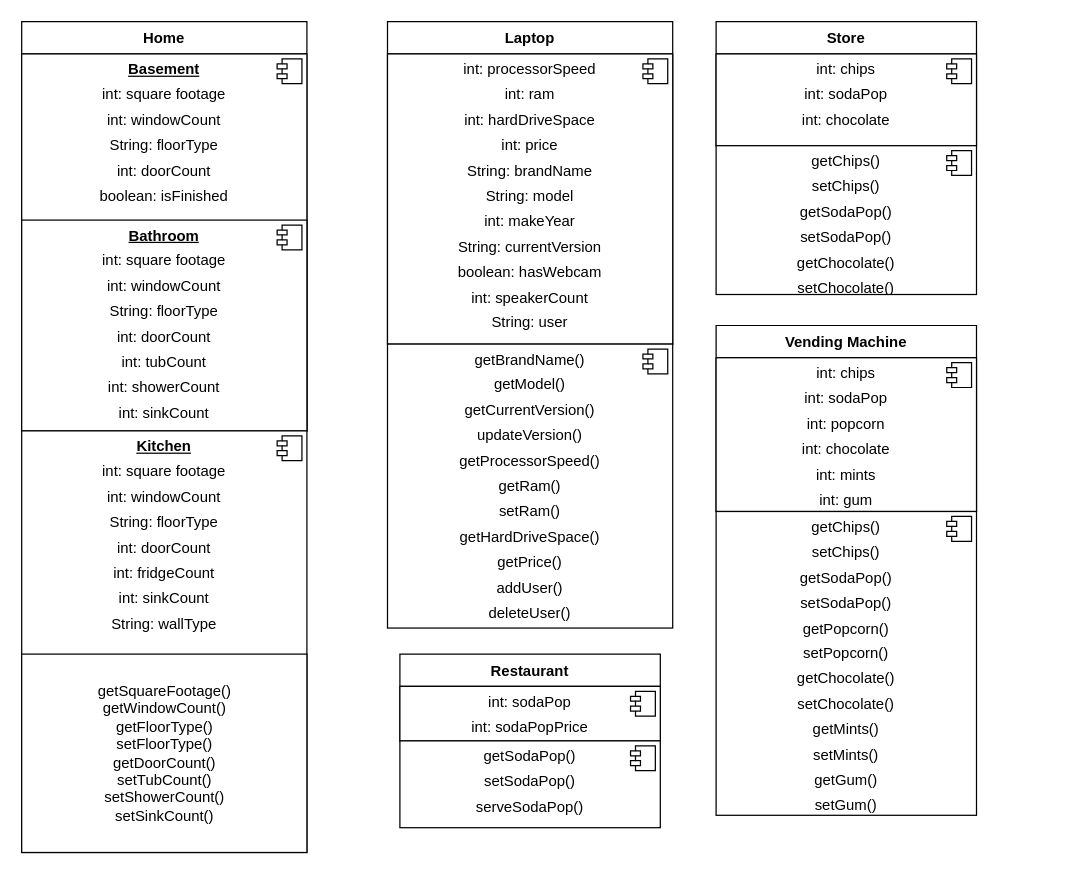
The draw.io diagram page "Page-1" (1 of 2) of 20190802/06-lesson-composition/activities/katas/U1M2L6Katas/U1M2L6Katas.drawio in Sandynism/Sandy_Yeung_JavaS1, before the edit. Source tidied: cells renumbered, new cells numbered last; positions are measured from the earlier drawing's top-left corner, leaving out a move shared by most shapes. Both pictures are drawn from the tidied source at 124%, with x=0, y=0 at pixel (21, 21).
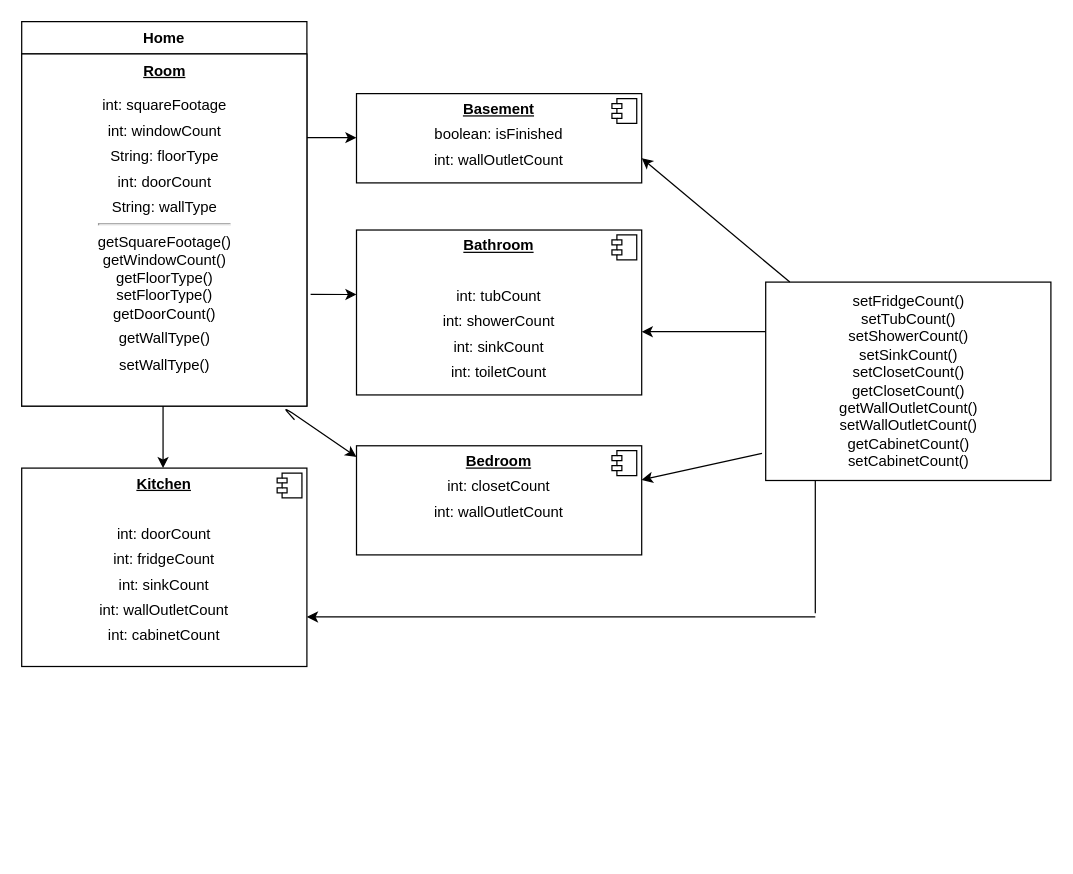
The same page after the edit.

Diff of the diagram source:
```diff
@@
     <mxCell id="2" value="Home" style="swimlane;fontStyle=1;align=center;verticalAlign=top;horizontal=1;startSize=26;" parent="1" vertex="1">
-      <mxGeometry width="230" height="330" as="geometry" />
+      <mxGeometry width="230" height="310" as="geometry" />
     </mxCell>
+    <mxCell id="30" style="endArrow=classic;html=1;" parent="2" edge="1">
+      <mxGeometry relative="1" as="geometry">
+        <mxPoint x="220" y="93.5" as="sourcePoint" />
+        <mxPoint x="270" y="93.5" as="targetPoint" />
+      </mxGeometry>
+    </mxCell>
+    <mxCell id="31" value="&lt;b&gt;&lt;u&gt;Room&lt;br&gt;&lt;/u&gt;&lt;/b&gt;&lt;br&gt;int: squareFootage&lt;br&gt;&lt;p style=&quot;margin: 6px 0px 0px&quot;&gt;int: windowCount&lt;/p&gt;&lt;p style=&quot;margin: 6px 0px 0px&quot;&gt;String: floorType&lt;/p&gt;&lt;p style=&quot;margin: 6px 0px 0px&quot;&gt;int: doorCount&lt;/p&gt;&lt;p style=&quot;margin: 6px 0px 0px&quot;&gt;String: wallType&lt;/p&gt;&lt;hr&gt;getSquareFootage()&lt;br&gt;getWindowCount()&lt;br&gt;getFloorType()&lt;br&gt;setFloorType()&lt;br&gt;getDoorCount()&lt;br&gt;&lt;p style=&quot;margin: 6px 0px 0px&quot;&gt;getWallType()&lt;/p&gt;&lt;p style=&quot;margin: 6px 0px 0px&quot;&gt;setWallType()&lt;/p&gt;&lt;p style=&quot;margin: 6px 0px 0px&quot;&gt;&lt;br&gt;&lt;/p&gt;" style="html=1;align=center;" parent="2" vertex="1">
+      <mxGeometry y="26" width="230" height="284" as="geometry" />
+    </mxCell>
+    <mxCell id="32" style="endArrow=classic;html=1;exitX=1.013;exitY=0.683;exitDx=0;exitDy=0;exitPerimeter=0;" parent="2" edge="1" source="31">
+      <mxGeometry relative="1" as="geometry">
+        <mxPoint x="270" y="220" as="targetPoint" />
+      </mxGeometry>
+    </mxCell>
+    <mxCell id="7" value="&lt;p style=&quot;margin: 0px ; margin-top: 6px ; text-align: center&quot;&gt;&lt;b&gt;&lt;u&gt;Kitchen&lt;/u&gt;&lt;/b&gt;&lt;/p&gt;&lt;p style=&quot;margin: 0px ; margin-top: 6px ; text-align: center&quot;&gt;&lt;br&gt;&lt;/p&gt;&lt;p style=&quot;margin: 0px ; margin-top: 6px ; text-align: center&quot;&gt;int: doorCount&lt;/p&gt;&lt;p style=&quot;margin: 0px ; margin-top: 6px ; text-align: center&quot;&gt;int: fridgeCount&lt;/p&gt;&lt;p style=&quot;margin: 0px ; margin-top: 6px ; text-align: center&quot;&gt;int: sinkCount&lt;/p&gt;&lt;p style=&quot;margin: 0px ; margin-top: 6px ; text-align: center&quot;&gt;int: wallOutletCount&lt;br&gt;&lt;/p&gt;&lt;p style=&quot;margin: 0px ; margin-top: 6px ; text-align: center&quot;&gt;int: cabinetCount&lt;/p&gt;&lt;p style=&quot;margin: 0px ; margin-top: 6px ; text-align: center&quot;&gt;&lt;br&gt;&lt;/p&gt;" style="align=left;overflow=fill;html=1;" parent="1" vertex="1">
+      <mxGeometry y="360" width="230" height="160" as="geometry" />
+    </mxCell>
+    <mxCell id="8" style="shape=component;jettyWidth=8;jettyHeight=4;" parent="7" vertex="1">
+      <mxGeometry x="1" width="20" height="20" relative="1" as="geometry">
+        <mxPoint x="-24" y="4" as="offset" />
+      </mxGeometry>
+    </mxCell>
-    <mxCell id="3" value="&lt;p style=&quot;margin: 0px ; margin-top: 6px ; text-align: center&quot;&gt;&lt;b&gt;&lt;u&gt;Basement&lt;/u&gt;&lt;/b&gt;&lt;/p&gt;&lt;p style=&quot;margin: 0px ; margin-top: 6px ; text-align: center&quot;&gt;int: square footage&lt;/p&gt;&lt;p style=&quot;margin: 0px ; margin-top: 6px ; text-align: center&quot;&gt;int: windowCount&lt;/p&gt;&lt;p style=&quot;margin: 0px ; margin-top: 6px ; text-align: center&quot;&gt;String: floorType&lt;/p&gt;&lt;p style=&quot;margin: 0px ; margin-top: 6px ; text-align: center&quot;&gt;int: doorCount&lt;/p&gt;&lt;p style=&quot;margin: 0px ; margin-top: 6px ; text-align: center&quot;&gt;boolean: isFinished&lt;/p&gt;&lt;p style=&quot;margin: 0px ; margin-top: 6px ; text-align: center&quot;&gt;&lt;b&gt;&lt;br&gt;&lt;/b&gt;&lt;/p&gt;" style="align=left;overflow=fill;html=1;" parent="2" vertex="1">
-      <mxGeometry y="26" width="230" height="304" as="geometry" />
+    <mxCell id="3" value="&lt;p style=&quot;margin: 0px ; margin-top: 6px ; text-align: center&quot;&gt;&lt;b&gt;&lt;u&gt;Basement&lt;/u&gt;&lt;/b&gt;&lt;/p&gt;&lt;p style=&quot;margin: 0px ; margin-top: 6px ; text-align: center&quot;&gt;boolean: isFinished&lt;/p&gt;&lt;p style=&quot;margin: 0px ; margin-top: 6px ; text-align: center&quot;&gt;int: wallOutletCount&lt;/p&gt;&lt;p style=&quot;margin: 0px ; margin-top: 6px ; text-align: center&quot;&gt;&lt;b&gt;&lt;br&gt;&lt;/b&gt;&lt;/p&gt;" style="align=left;overflow=fill;html=1;" parent="1" vertex="1">
+      <mxGeometry x="270" y="58" width="230" height="72" as="geometry" />
     </mxCell>
@@
-    <mxCell id="5" value="&lt;p style=&quot;margin: 0px ; margin-top: 6px ; text-align: center&quot;&gt;&lt;b&gt;&lt;u&gt;Bathroom&lt;/u&gt;&lt;/b&gt;&lt;/p&gt;&lt;p style=&quot;margin: 0px ; margin-top: 6px ; text-align: center&quot;&gt;int: square footage&lt;/p&gt;&lt;p style=&quot;margin: 0px ; margin-top: 6px ; text-align: center&quot;&gt;int: windowCount&lt;/p&gt;&lt;p style=&quot;margin: 0px ; margin-top: 6px ; text-align: center&quot;&gt;String: floorType&lt;/p&gt;&lt;p style=&quot;margin: 0px ; margin-top: 6px ; text-align: center&quot;&gt;int: doorCount&lt;/p&gt;&lt;p style=&quot;margin: 0px ; margin-top: 6px ; text-align: center&quot;&gt;int: tubCount&lt;/p&gt;&lt;p style=&quot;margin: 0px ; margin-top: 6px ; text-align: center&quot;&gt;int: showerCount&lt;/p&gt;&lt;p style=&quot;margin: 0px ; margin-top: 6px ; text-align: center&quot;&gt;int: sinkCount&lt;/p&gt;&lt;p style=&quot;margin: 0px ; margin-top: 6px ; text-align: center&quot;&gt;&lt;b&gt;&lt;br&gt;&lt;/b&gt;&lt;/p&gt;" style="align=left;overflow=fill;html=1;" parent="3" vertex="1">
-      <mxGeometry y="134" width="230" height="170" as="geometry" />
+    <mxCell id="5" value="&lt;p style=&quot;margin: 0px ; margin-top: 6px ; text-align: center&quot;&gt;&lt;b&gt;&lt;u&gt;Bathroom&lt;/u&gt;&lt;/b&gt;&lt;/p&gt;&lt;p style=&quot;margin: 0px ; margin-top: 6px ; text-align: center&quot;&gt;&lt;br&gt;&lt;/p&gt;&lt;p style=&quot;margin: 0px ; margin-top: 6px ; text-align: center&quot;&gt;int: tubCount&lt;/p&gt;&lt;p style=&quot;margin: 0px ; margin-top: 6px ; text-align: center&quot;&gt;int: showerCount&lt;/p&gt;&lt;p style=&quot;margin: 0px ; margin-top: 6px ; text-align: center&quot;&gt;int: sinkCount&lt;/p&gt;&lt;p style=&quot;margin: 0px ; margin-top: 6px ; text-align: center&quot;&gt;int: toiletCount&lt;/p&gt;" style="align=left;overflow=fill;html=1;" parent="1" vertex="1">
+      <mxGeometry x="270" y="168" width="230" height="133" as="geometry" />
     </mxCell>
@@
-    <mxCell id="7" value="&lt;p style=&quot;margin: 0px ; margin-top: 6px ; text-align: center&quot;&gt;&lt;b&gt;&lt;u&gt;Kitchen&lt;/u&gt;&lt;/b&gt;&lt;/p&gt;&lt;p style=&quot;margin: 0px ; margin-top: 6px ; text-align: center&quot;&gt;int: square footage&lt;br&gt;&lt;/p&gt;&lt;p style=&quot;margin: 0px ; margin-top: 6px ; text-align: center&quot;&gt;int: windowCount&lt;/p&gt;&lt;p style=&quot;margin: 0px ; margin-top: 6px ; text-align: center&quot;&gt;String: floorType&lt;/p&gt;&lt;p style=&quot;margin: 0px ; margin-top: 6px ; text-align: center&quot;&gt;int: doorCount&lt;/p&gt;&lt;p style=&quot;margin: 0px ; margin-top: 6px ; text-align: center&quot;&gt;int: fridgeCount&lt;/p&gt;&lt;p style=&quot;margin: 0px ; margin-top: 6px ; text-align: center&quot;&gt;int: sinkCount&lt;/p&gt;&lt;p style=&quot;margin: 0px ; margin-top: 6px ; text-align: center&quot;&gt;String: wallType&lt;/p&gt;" style="align=left;overflow=fill;html=1;" parent="1" vertex="1">
-      <mxGeometry y="330" width="230" height="340" as="geometry" />
-    </mxCell>
-    <mxCell id="8" style="shape=component;jettyWidth=8;jettyHeight=4;" parent="7" vertex="1">
-      <mxGeometry x="1" width="20" height="20" relative="1" as="geometry">
-        <mxPoint x="-24" y="4" as="offset" />
-      </mxGeometry>
-    </mxCell>
-    <mxCell id="9" value="getSquareFootage()&lt;br&gt;getWindowCount()&lt;br&gt;getFloorType()&lt;br&gt;setFloorType()&lt;br&gt;getDoorCount()&lt;br&gt;setTubCount()&lt;br&gt;setShowerCount()&lt;br&gt;setSinkCount()&lt;br&gt;" style="html=1;" parent="7" vertex="1">
-      <mxGeometry y="180" width="230" height="160" as="geometry" />
+    <mxCell id="9" value="setFridgeCount()&lt;br&gt;setTubCount()&lt;br&gt;setShowerCount()&lt;br&gt;setSinkCount()&lt;br&gt;setClosetCount()&lt;br&gt;getClosetCount()&lt;br&gt;getWallOutletCount()&lt;br&gt;setWallOutletCount()&lt;br&gt;getCabinetCount()&lt;br&gt;setCabinetCount()" style="html=1;" parent="1" vertex="1">
+      <mxGeometry x="600" y="210" width="230" height="160" as="geometry" />
     </mxCell>
-    <mxCell id="10" value="Laptop" style="swimlane;fontStyle=1;align=center;verticalAlign=top;horizontal=1;startSize=26;" parent="1" vertex="1">
-      <mxGeometry x="295" width="230" height="260" as="geometry" />
-    </mxCell>
-    <mxCell id="11" value="&lt;p style=&quot;margin: 0px ; margin-top: 6px ; text-align: center&quot;&gt;int: processorSpeed&lt;/p&gt;&lt;p style=&quot;margin: 0px ; margin-top: 6px ; text-align: center&quot;&gt;int: ram&lt;/p&gt;&lt;p style=&quot;margin: 0px ; margin-top: 6px ; text-align: center&quot;&gt;int: hardDriveSpace&lt;/p&gt;&lt;p style=&quot;margin: 0px ; margin-top: 6px ; text-align: center&quot;&gt;int: price&lt;/p&gt;&lt;p style=&quot;margin: 0px ; margin-top: 6px ; text-align: center&quot;&gt;String: brandName&lt;/p&gt;&lt;p style=&quot;margin: 0px ; margin-top: 6px ; text-align: center&quot;&gt;String: model&lt;/p&gt;&lt;p style=&quot;margin: 0px ; margin-top: 6px ; text-align: center&quot;&gt;int: makeYear&lt;/p&gt;&lt;p style=&quot;margin: 0px ; margin-top: 6px ; text-align: center&quot;&gt;String: currentVersion&lt;/p&gt;&lt;p style=&quot;margin: 0px ; margin-top: 6px ; text-align: center&quot;&gt;boolean: hasWebcam&lt;/p&gt;&lt;p style=&quot;margin: 0px ; margin-top: 6px ; text-align: center&quot;&gt;int: speakerCount&lt;/p&gt;&lt;p style=&quot;margin: 0px ; margin-top: 6px ; text-align: center&quot;&gt;String: user&lt;/p&gt;&lt;p style=&quot;margin: 0px ; margin-top: 6px ; text-align: center&quot;&gt;&lt;br&gt;&lt;/p&gt;&lt;p style=&quot;margin: 0px ; margin-top: 6px ; text-align: center&quot;&gt;&lt;b&gt;&lt;u&gt;&lt;br&gt;&lt;/u&gt;&lt;/b&gt;&lt;/p&gt;" style="align=left;overflow=fill;html=1;" parent="10" vertex="1">
-      <mxGeometry y="26" width="230" height="234" as="geometry" />
-    </mxCell>
-    <mxCell id="12" style="shape=component;jettyWidth=8;jettyHeight=4;" parent="11" vertex="1">
-      <mxGeometry x="1" width="20" height="20" relative="1" as="geometry">
-        <mxPoint x="-24" y="4" as="offset" />
-      </mxGeometry>
-    </mxCell>
-    <mxCell id="13" value="&lt;p style=&quot;margin: 0px ; margin-top: 6px ; text-align: center&quot;&gt;getBrandName()&lt;/p&gt;&lt;p style=&quot;margin: 0px ; margin-top: 6px ; text-align: center&quot;&gt;getModel()&lt;/p&gt;&lt;p style=&quot;margin: 0px ; margin-top: 6px ; text-align: center&quot;&gt;getCurrentVersion()&lt;/p&gt;&lt;p style=&quot;margin: 0px ; margin-top: 6px ; text-align: center&quot;&gt;updateVersion()&lt;/p&gt;&lt;p style=&quot;margin: 0px ; margin-top: 6px ; text-align: center&quot;&gt;getProcessorSpeed()&lt;/p&gt;&lt;p style=&quot;margin: 0px ; margin-top: 6px ; text-align: center&quot;&gt;getRam()&lt;/p&gt;&lt;p style=&quot;margin: 0px ; margin-top: 6px ; text-align: center&quot;&gt;setRam()&lt;/p&gt;&lt;p style=&quot;margin: 0px ; margin-top: 6px ; text-align: center&quot;&gt;getHardDriveSpace()&lt;/p&gt;&lt;p style=&quot;margin: 0px ; margin-top: 6px ; text-align: center&quot;&gt;getPrice()&lt;/p&gt;&lt;p style=&quot;margin: 0px ; margin-top: 6px ; text-align: center&quot;&gt;addUser()&lt;/p&gt;&lt;p style=&quot;margin: 0px ; margin-top: 6px ; text-align: center&quot;&gt;deleteUser()&lt;/p&gt;&lt;p style=&quot;margin: 0px ; margin-top: 6px ; text-align: center&quot;&gt;&lt;br&gt;&lt;/p&gt;&lt;p style=&quot;margin: 0px ; margin-top: 6px ; text-align: center&quot;&gt;&lt;b&gt;&lt;u&gt;&lt;br&gt;&lt;/u&gt;&lt;/b&gt;&lt;/p&gt;" style="align=left;overflow=fill;html=1;" parent="1" vertex="1">
-      <mxGeometry x="295" y="260" width="230" height="229" as="geometry" />
-    </mxCell>
-    <mxCell id="14" style="shape=component;jettyWidth=8;jettyHeight=4;" parent="13" vertex="1">
-      <mxGeometry x="1" width="20" height="20" relative="1" as="geometry">
-        <mxPoint x="-24" y="4" as="offset" />
-      </mxGeometry>
-    </mxCell>
-    <mxCell id="15" value="Store" style="swimlane;fontStyle=1;align=center;verticalAlign=top;horizontal=1;startSize=26;" parent="1" vertex="1">
-      <mxGeometry x="560" width="210" height="100" as="geometry" />
-    </mxCell>
-    <mxCell id="16" value="&lt;p style=&quot;margin: 0px ; margin-top: 6px ; text-align: center&quot;&gt;int: chips&lt;/p&gt;&lt;p style=&quot;margin: 0px ; margin-top: 6px ; text-align: center&quot;&gt;int: sodaPop&lt;/p&gt;&lt;p style=&quot;margin: 0px ; margin-top: 6px ; text-align: center&quot;&gt;int: chocolate&lt;/p&gt;&lt;p style=&quot;margin: 0px ; margin-top: 6px ; text-align: center&quot;&gt;&lt;br&gt;&lt;/p&gt;" style="align=left;overflow=fill;html=1;" parent="15" vertex="1">
-      <mxGeometry y="26" width="210" height="74" as="geometry" />
-    </mxCell>
-    <mxCell id="17" style="shape=component;jettyWidth=8;jettyHeight=4;" parent="16" vertex="1">
-      <mxGeometry x="1" width="20" height="20" relative="1" as="geometry">
-        <mxPoint x="-24" y="4" as="offset" />
-      </mxGeometry>
-    </mxCell>
-    <mxCell id="18" value="&lt;p style=&quot;margin: 0px ; margin-top: 6px ; text-align: center&quot;&gt;getChips()&lt;/p&gt;&lt;p style=&quot;margin: 0px ; margin-top: 6px ; text-align: center&quot;&gt;setChips()&lt;/p&gt;&lt;p style=&quot;margin: 0px ; margin-top: 6px ; text-align: center&quot;&gt;getSodaPop()&lt;/p&gt;&lt;p style=&quot;margin: 0px ; margin-top: 6px ; text-align: center&quot;&gt;setSodaPop()&lt;/p&gt;&lt;p style=&quot;margin: 0px ; margin-top: 6px ; text-align: center&quot;&gt;getChocolate()&lt;/p&gt;&lt;p style=&quot;margin: 0px ; margin-top: 6px ; text-align: center&quot;&gt;setChocolate()&lt;/p&gt;" style="align=left;overflow=fill;html=1;" parent="1" vertex="1">
-      <mxGeometry x="560" y="100" width="210" height="120" as="geometry" />
-    </mxCell>
-    <mxCell id="19" style="shape=component;jettyWidth=8;jettyHeight=4;" parent="18" vertex="1">
-      <mxGeometry x="1" width="20" height="20" relative="1" as="geometry">
-        <mxPoint x="-24" y="4" as="offset" />
-      </mxGeometry>
-    </mxCell>
-    <mxCell id="20" value="Vending Machine" style="swimlane;fontStyle=1;align=center;verticalAlign=top;horizontal=1;startSize=26;" parent="1" vertex="1">
-      <mxGeometry x="560" y="245" width="210" height="150" as="geometry" />
-    </mxCell>
-    <mxCell id="21" value="&lt;p style=&quot;margin: 0px ; margin-top: 6px ; text-align: center&quot;&gt;int: chips&lt;/p&gt;&lt;p style=&quot;margin: 0px ; margin-top: 6px ; text-align: center&quot;&gt;int: sodaPop&lt;/p&gt;&lt;p style=&quot;margin: 0px ; margin-top: 6px ; text-align: center&quot;&gt;int: popcorn&lt;/p&gt;&lt;p style=&quot;margin: 0px ; margin-top: 6px ; text-align: center&quot;&gt;int: chocolate&lt;/p&gt;&lt;p style=&quot;margin: 0px ; margin-top: 6px ; text-align: center&quot;&gt;int: mints&lt;/p&gt;&lt;p style=&quot;margin: 0px ; margin-top: 6px ; text-align: center&quot;&gt;int: gum&lt;/p&gt;&lt;p style=&quot;margin: 0px ; margin-top: 6px ; text-align: center&quot;&gt;&lt;br&gt;&lt;/p&gt;&lt;p style=&quot;margin: 0px ; margin-top: 6px ; text-align: center&quot;&gt;&lt;br&gt;&lt;/p&gt;" style="align=left;overflow=fill;html=1;" parent="20" vertex="1">
-      <mxGeometry y="26" width="210" height="124" as="geometry" />
-    </mxCell>
-    <mxCell id="22" style="shape=component;jettyWidth=8;jettyHeight=4;" parent="21" vertex="1">
-      <mxGeometry x="1" width="20" height="20" relative="1" as="geometry">
-        <mxPoint x="-24" y="4" as="offset" />
-      </mxGeometry>
-    </mxCell>
-    <mxCell id="23" value="&lt;p style=&quot;margin: 0px ; margin-top: 6px ; text-align: center&quot;&gt;getChips()&lt;/p&gt;&lt;p style=&quot;margin: 0px ; margin-top: 6px ; text-align: center&quot;&gt;setChips()&lt;/p&gt;&lt;p style=&quot;margin: 0px ; margin-top: 6px ; text-align: center&quot;&gt;getSodaPop()&lt;/p&gt;&lt;p style=&quot;margin: 0px ; margin-top: 6px ; text-align: center&quot;&gt;setSodaPop()&lt;/p&gt;&lt;p style=&quot;margin: 0px ; margin-top: 6px ; text-align: center&quot;&gt;getPopcorn()&lt;/p&gt;&lt;p style=&quot;margin: 0px ; margin-top: 6px ; text-align: center&quot;&gt;setPopcorn()&lt;/p&gt;&lt;p style=&quot;margin: 0px ; margin-top: 6px ; text-align: center&quot;&gt;getChocolate()&lt;/p&gt;&lt;p style=&quot;margin: 0px ; margin-top: 6px ; text-align: center&quot;&gt;setChocolate()&lt;/p&gt;&lt;p style=&quot;margin: 0px ; margin-top: 6px ; text-align: center&quot;&gt;getMints()&lt;/p&gt;&lt;p style=&quot;margin: 0px ; margin-top: 6px ; text-align: center&quot;&gt;setMints()&lt;/p&gt;&lt;p style=&quot;margin: 0px ; margin-top: 6px ; text-align: center&quot;&gt;getGum()&lt;/p&gt;&lt;p style=&quot;margin: 0px ; margin-top: 6px ; text-align: center&quot;&gt;setGum()&lt;/p&gt;" style="align=left;overflow=fill;html=1;" parent="1" vertex="1">
-      <mxGeometry x="560" y="395" width="210" height="245" as="geometry" />
-    </mxCell>
-    <mxCell id="24" style="shape=component;jettyWidth=8;jettyHeight=4;" parent="23" vertex="1">
-      <mxGeometry x="1" width="20" height="20" relative="1" as="geometry">
-        <mxPoint x="-24" y="4" as="offset" />
-      </mxGeometry>
-    </mxCell>
-    <mxCell id="25" value="Restaurant" style="swimlane;fontStyle=1;align=center;verticalAlign=top;horizontal=1;startSize=26;" parent="1" vertex="1">
-      <mxGeometry x="305" y="510" width="210" height="70" as="geometry" />
-    </mxCell>
-    <mxCell id="26" value="&lt;p style=&quot;margin: 0px ; margin-top: 6px ; text-align: center&quot;&gt;int: sodaPop&lt;/p&gt;&lt;p style=&quot;margin: 0px ; margin-top: 6px ; text-align: center&quot;&gt;int: sodaPopPrice&lt;/p&gt;&lt;p style=&quot;margin: 0px ; margin-top: 6px ; text-align: center&quot;&gt;&lt;br&gt;&lt;/p&gt;" style="align=left;overflow=fill;html=1;" parent="25" vertex="1">
-      <mxGeometry y="26" width="210" height="44" as="geometry" />
-    </mxCell>
-    <mxCell id="27" style="shape=component;jettyWidth=8;jettyHeight=4;" parent="26" vertex="1">
-      <mxGeometry x="1" width="20" height="20" relative="1" as="geometry">
-        <mxPoint x="-24" y="4" as="offset" />
-      </mxGeometry>
-    </mxCell>
-    <mxCell id="28" value="&lt;p style=&quot;margin: 0px ; margin-top: 6px ; text-align: center&quot;&gt;getSodaPop()&lt;/p&gt;&lt;p style=&quot;margin: 0px ; margin-top: 6px ; text-align: center&quot;&gt;setSodaPop()&lt;/p&gt;&lt;p style=&quot;margin: 0px ; margin-top: 6px ; text-align: center&quot;&gt;serveSodaPop()&lt;/p&gt;" style="align=left;overflow=fill;html=1;" parent="1" vertex="1">
-      <mxGeometry x="305" y="580" width="210" height="70" as="geometry" />
-    </mxCell>
-    <mxCell id="29" style="shape=component;jettyWidth=8;jettyHeight=4;" parent="28" vertex="1">
-      <mxGeometry x="1" width="20" height="20" relative="1" as="geometry">
-        <mxPoint x="-24" y="4" as="offset" />
-      </mxGeometry>
-    </mxCell>
+    <mxCell id="33" value="&lt;p style=&quot;margin: 0px ; margin-top: 6px ; text-align: center&quot;&gt;&lt;b&gt;&lt;u&gt;Bedroom&lt;/u&gt;&lt;/b&gt;&lt;/p&gt;&lt;p style=&quot;margin: 0px ; margin-top: 6px ; text-align: center&quot;&gt;int: closetCount&lt;/p&gt;&lt;p style=&quot;margin: 0px ; margin-top: 6px ; text-align: center&quot;&gt;int: wallOutletCount&lt;/p&gt;" style="align=left;overflow=fill;html=1;" parent="1" vertex="1">
+      <mxGeometry x="270" y="342" width="230" height="88" as="geometry" />
+    </mxCell>
+    <mxCell id="34" style="shape=component;jettyWidth=8;jettyHeight=4;" parent="33" vertex="1">
+      <mxGeometry x="1" width="20" height="20" relative="1" as="geometry">
+        <mxPoint x="-24" y="4" as="offset" />
+      </mxGeometry>
+    </mxCell>
+    <mxCell id="35" style="endArrow=classic;html=1;" parent="1" edge="1">
+      <mxGeometry relative="1" as="geometry">
+        <mxPoint x="114" y="310" as="sourcePoint" />
+        <mxPoint x="114" y="360" as="targetPoint" />
+      </mxGeometry>
+    </mxCell>
+    <mxCell id="36" style="endArrow=classic;html=1;" parent="1" edge="1">
+      <mxGeometry relative="1" as="geometry">
+        <mxPoint x="220" y="321" as="sourcePoint" />
+        <mxPoint x="270" y="351" as="targetPoint" />
+        <Array as="points">
+          <mxPoint x="210" y="310" />
+        </Array>
+      </mxGeometry>
+    </mxCell>
+    <mxCell id="37" style="endArrow=classic;html=1;" parent="1" edge="1">
+      <mxGeometry relative="1" as="geometry">
+        <mxPoint x="600" y="250" as="sourcePoint" />
+        <mxPoint x="500" y="250" as="targetPoint" />
+      </mxGeometry>
+    </mxCell>
+    <mxCell id="38" style="endArrow=classic;html=1;" parent="1" edge="1" source="9">
+      <mxGeometry relative="1" as="geometry">
+        <mxPoint x="500" y="110" as="targetPoint" />
+      </mxGeometry>
+    </mxCell>
+    <mxCell id="39" style="endArrow=classic;html=1;exitX=-0.013;exitY=0.863;exitDx=0;exitDy=0;exitPerimeter=0;" parent="1" edge="1" source="9">
+      <mxGeometry relative="1" as="geometry">
+        <mxPoint x="500" y="369.5" as="targetPoint" />
+      </mxGeometry>
+    </mxCell>
+    <mxCell id="40" style="endArrow=classic;html=1;" parent="1" edge="1">
+      <mxGeometry relative="1" as="geometry">
+        <mxPoint x="640" y="480" as="sourcePoint" />
+        <mxPoint x="230" y="480" as="targetPoint" />
+      </mxGeometry>
+    </mxCell>
+    <mxCell id="41" style="endArrow=none;html=1;" parent="1" edge="1">
+      <mxGeometry relative="1" as="geometry">
+        <mxPoint x="640" y="477" as="sourcePoint" />
+        <mxPoint x="640" y="370" as="targetPoint" />
+      </mxGeometry>
+    </mxCell>
```
